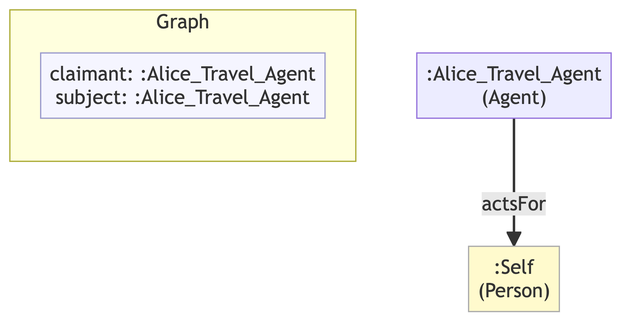
MeeFoundation/mia-ontologies keeps this Mermaid diagram as example/graphs/images/graph-67.png. Above is the earlier version. Its source is kept beside it as example/graphs/images/graph-67.mmd. Source of this version:
```mermaid
flowchart TD
    classDef person fill:#fffacd,stroke:#aaa,color:#333
    classDef org    fill:#cce5ff,stroke:#aaa,color:#333
    classDef lit    fill:none,stroke:none,font-style:italic,color:#2a7a2a
    classDef meta   fill:#f5f5ff,stroke:#9999cc,color:#333

    subgraph ctx["Graph"]
        direction LR
        ctx_meta["claimant: :Alice_Travel_Agent\nsubject: :Alice_Travel_Agent"]:::meta
    end

    nff7045b74671[":Alice_Travel_Agent\n(Agent)"]
    ne0c3ba92f1db[":Self\n(Person)"]:::person

    nff7045b74671 -->|"actsFor"| ne0c3ba92f1db
```
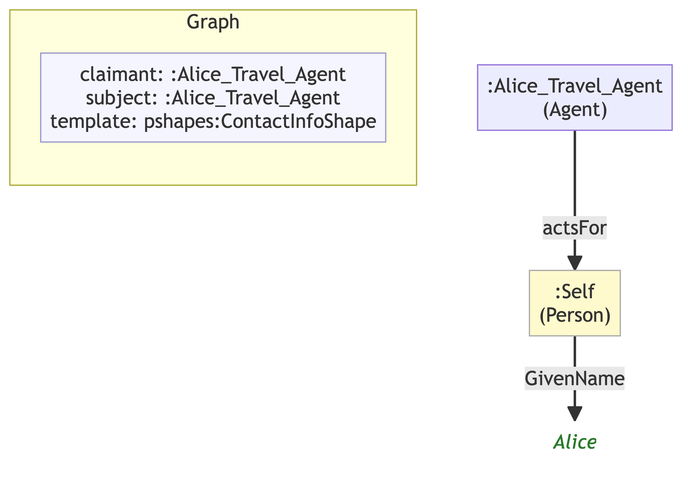
After the commit.

The edit, as a diff of the source:
```diff
@@ -6,10 +6,12 @@
 
     subgraph ctx["Graph"]
         direction LR
-        ctx_meta["claimant: :Alice_Travel_Agent\nsubject: :Alice_Travel_Agent"]:::meta
+        ctx_meta["claimant: :Alice_Travel_Agent\nsubject: :Alice_Travel_Agent\ntemplate: pshapes:ContactInfoShape"]:::meta
     end
 
     nff7045b74671[":Alice_Travel_Agent\n(Agent)"]
     ne0c3ba92f1db[":Self\n(Person)"]:::person
+    nff9485fb17d6("Alice"):::lit
 
     nff7045b74671 -->|"actsFor"| ne0c3ba92f1db
+    ne0c3ba92f1db -->|"GivenName"| nff9485fb17d6
```
